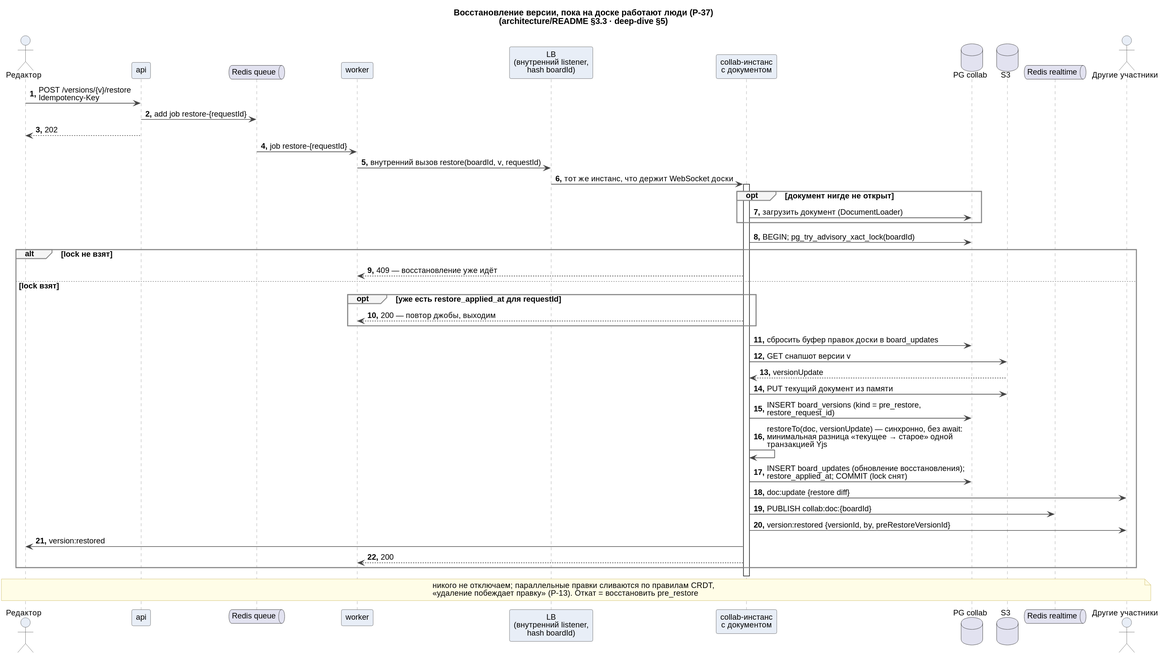
Above: docs/system-design/sequences/detailed/07-version-restore.svg in fanera-team/fanera (PlantUML), before the change.
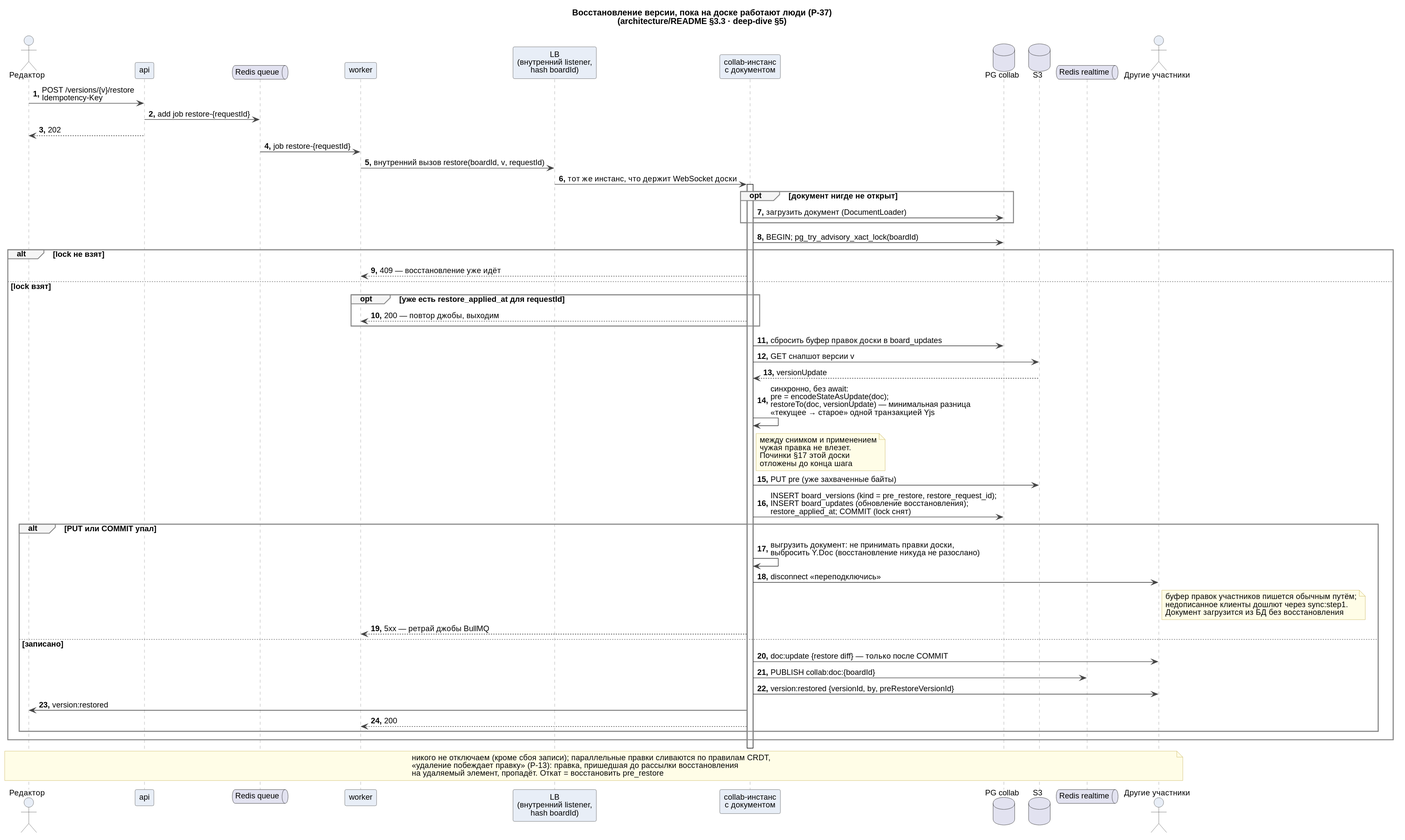
The same file after the commit.

Diff of the diagram source:
```diff
@@ -34,16 +34,23 @@
   COL -> PG : сбросить буфер правок доски в board_updates
   COL -> S3 : GET снапшот версии v
   S3 --> COL : versionUpdate
-  COL -> S3 : PUT текущий документ из памяти
-  COL -> PG : INSERT board_versions (kind = pre_restore,\nrestore_request_id)
-  COL -> COL : restoreTo(doc, versionUpdate) — синхронно, без await:\nминимальная разница «текущее → старое» одной транзакцией Yjs
-  COL -> PG : INSERT board_updates (обновление восстановления);\nrestore_applied_at; COMMIT (lock снят)
-  COL -> O : doc:update {restore diff}
-  COL -> R : PUBLISH collab:doc:{boardId}
-  COL -> O : version:restored {versionId, by, preRestoreVersionId}
-  COL -> U : version:restored
-  COL --> W : 200
+  COL -> COL : синхронно, без await:\npre = encodeStateAsUpdate(doc);\nrestoreTo(doc, versionUpdate) — минимальная разница\n«текущее → старое» одной транзакцией Yjs
+  note right of COL : между снимком и применением\nчужая правка не влезет.\nПочинки §17 этой доски\nотложены до конца шага
+  COL -> S3 : PUT pre (уже захваченные байты)
+  COL -> PG : INSERT board_versions (kind = pre_restore, restore_request_id);\nINSERT board_updates (обновление восстановления);\nrestore_applied_at; COMMIT (lock снят)
+  alt PUT или COMMIT упал
+    COL -> COL : выгрузить документ: не принимать правки доски,\nвыбросить Y.Doc (восстановление никуда не разослано)
+    COL -> O : disconnect «переподключись»
+    note right of O : буфер правок участников пишется обычным путём;\nнедописанное клиенты дошлют через sync:step1.\nДокумент загрузится из БД без восстановления
+    COL --> W : 5xx — ретрай джобы BullMQ
+  else записано
+    COL -> O : doc:update {restore diff} — только после COMMIT
+    COL -> R : PUBLISH collab:doc:{boardId}
+    COL -> O : version:restored {versionId, by, preRestoreVersionId}
+    COL -> U : version:restored
+    COL --> W : 200
+  end
 end
 deactivate COL
-note over U, O : никого не отключаем; параллельные правки сливаются по правилам CRDT,\n«удаление побеждает правку» (Р-13). Откат = восстановить pre_restore
+note over U, O : никого не отключаем (кроме сбоя записи); параллельные правки сливаются по правилам CRDT,\n«удаление побеждает правку» (Р-13): правка, пришедшая до рассылки восстановления\nна удаляемый элемент, пропадёт. Откат = восстановить pre_restore
 @enduml
```
